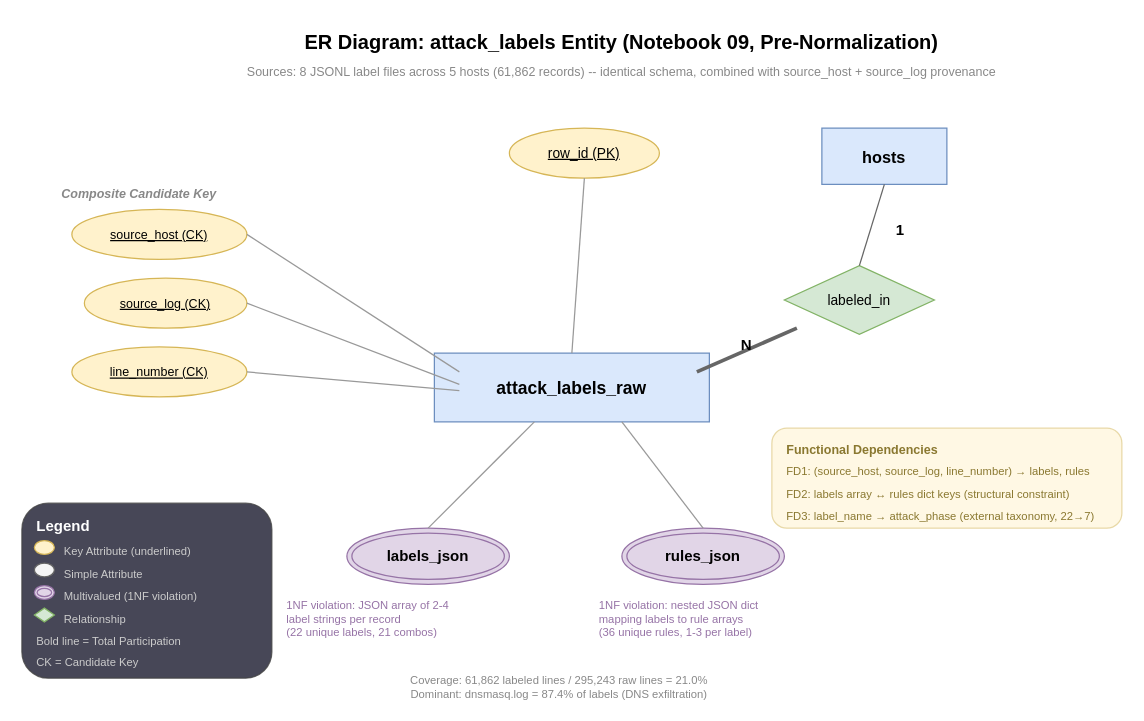
This is docs/er_diagrams/attack_labels_er_v1_raw.drawio.xml from NamanSudan/data-201-security-log-analysis, a draw.io file, before an edit. Source tidied: cells renumbered, new cells numbered last; positions are measured from the earlier drawing's top-left corner, leaving out a move shared by most shapes. Both pictures are drawn from the tidied source at 125%, with x=0, y=0 at pixel (21, 21).
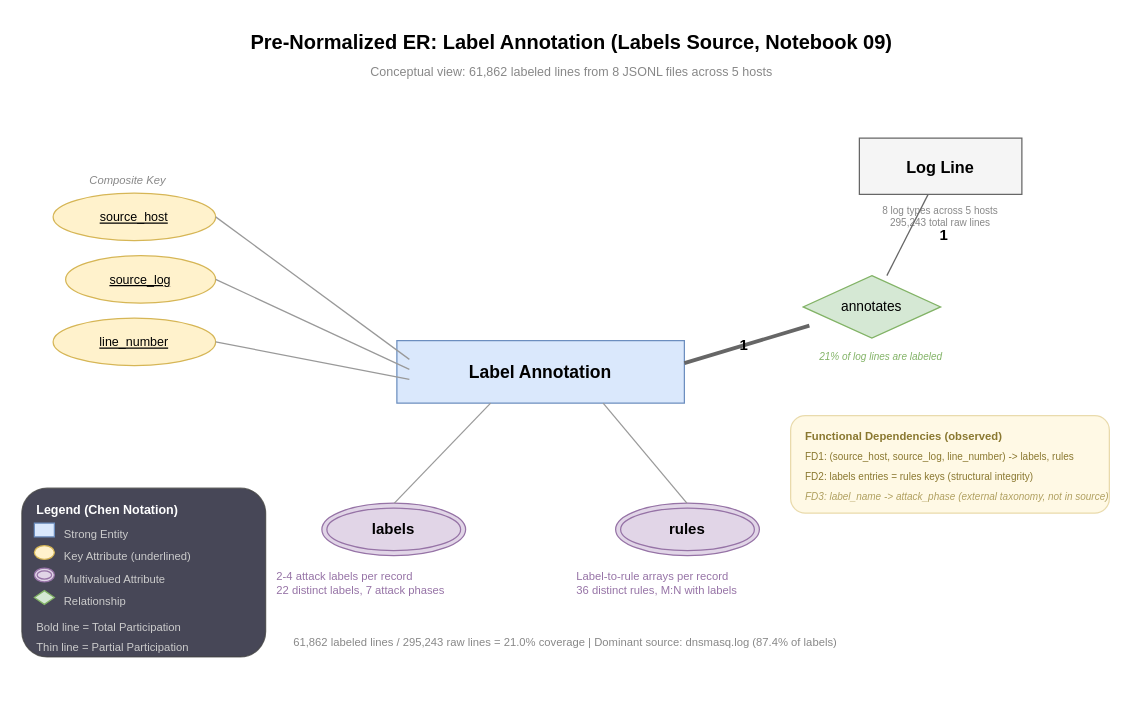
The same page after the edit.

Commit message (it also covers changes not shown here):
docs(er), DAT-51: add combined 3NF EER diagram and revise raw ER diagrams to conceptual notation

Diff of the diagram source:
```diff
@@
-    <mxCell id="2" value="ER Diagram: attack_labels Entity (Notebook 09, Pre-Normalization)" style="text;fontSize=16;fontStyle=1;align=center;" parent="1" vertex="1">
-      <mxGeometry x="130" width="700" height="30" as="geometry" />
+    <mxCell id="2" value="Pre-Normalized ER: Label Annotation (Labels Source, Notebook 09)" style="text;fontSize=16;fontStyle=1;align=center;" parent="1" vertex="1">
+      <mxGeometry x="100" width="680" height="30" as="geometry" />
     </mxCell>
-    <mxCell id="3" value="Sources: 8 JSONL label files across 5 hosts (61,862 records) -- identical schema, combined with source_host + source_log provenance" style="text;fontSize=10;align=center;fontColor=#888888;" parent="1" vertex="1">
-      <mxGeometry x="130" y="28" width="700" height="18" as="geometry" />
+    <mxCell id="3" value="Conceptual view: 61,862 labeled lines from 8 JSONL files across 5 hosts" style="text;fontSize=10;align=center;fontColor=#888888;" parent="1" vertex="1">
+      <mxGeometry x="100" y="28" width="680" height="18" as="geometry" />
     </mxCell>
-    <mxCell id="4" value="attack_labels_raw" style="shape=rectangle;whiteSpace=wrap;fillColor=#dae8fc;strokeColor=#6c8ebf;fontStyle=1;fontSize=14;align=center;verticalAlign=middle;" parent="1" vertex="1">
-      <mxGeometry x="330" y="265" width="220" height="55" as="geometry" />
+    <mxCell id="4" value="Label Annotation" style="shape=rectangle;whiteSpace=wrap;fillColor=#dae8fc;strokeColor=#6c8ebf;fontStyle=1;fontSize=14;align=center;verticalAlign=middle;" parent="1" vertex="1">
+      <mxGeometry x="300" y="255" width="230" height="50" as="geometry" />
     </mxCell>
-    <mxCell id="5" value="row_id (PK)" style="shape=ellipse;whiteSpace=wrap;fillColor=#fff2cc;strokeColor=#d6b656;fontStyle=4;fontSize=11;" parent="1" vertex="1">
-      <mxGeometry x="390" y="85" width="120" height="40" as="geometry" />
-    </mxCell>
-    <mxCell id="6" style="endArrow=none;strokeColor=#999999;" parent="1" edge="1">
-      <mxGeometry relative="1" as="geometry">
-        <mxPoint x="450" y="125" as="sourcePoint" />
-        <mxPoint x="440" y="265" as="targetPoint" />
-      </mxGeometry>
-    </mxCell>
-    <mxCell id="7" value="Composite Candidate Key" style="text;fontSize=10;fontStyle=3;fontColor=#888888;align=left;" parent="1" vertex="1">
-      <mxGeometry x="30" y="125" width="160" height="18" as="geometry" />
+    <mxCell id="7" value="Composite Key" style="text;fontSize=9;fontStyle=2;fontColor=#888888;align=center;" parent="1" vertex="1">
+      <mxGeometry x="35" y="115" width="100" height="16" as="geometry" />
     </mxCell>
-    <mxCell id="8" value="source_host (CK)" style="shape=ellipse;whiteSpace=wrap;fillColor=#fff2cc;strokeColor=#d6b656;fontStyle=4;fontSize=10;" parent="1" vertex="1">
-      <mxGeometry x="40" y="150" width="140" height="40" as="geometry" />
+    <mxCell id="8" value="source_host" style="shape=ellipse;whiteSpace=wrap;fillColor=#fff2cc;strokeColor=#d6b656;fontStyle=4;fontSize=10;" parent="1" vertex="1">
+      <mxGeometry x="25" y="137" width="130" height="38" as="geometry" />
     </mxCell>
-    <mxCell id="9" style="endArrow=none;strokeColor=#999999;" parent="1" edge="1">
-      <mxGeometry relative="1" as="geometry">
-        <mxPoint x="180" y="170" as="sourcePoint" />
-        <mxPoint x="350" y="280" as="targetPoint" />
-      </mxGeometry>
-    </mxCell>
+    <mxCell id="44" style="endArrow=none;strokeColor=#999999;" parent="1" edge="1">
+      <mxGeometry relative="1" as="geometry">
+        <mxPoint x="155" y="156" as="sourcePoint" />
+        <mxPoint x="310" y="270" as="targetPoint" />
+      </mxGeometry>
+    </mxCell>
-    <mxCell id="10" value="source_log (CK)" style="shape=ellipse;whiteSpace=wrap;fillColor=#fff2cc;strokeColor=#d6b656;fontStyle=4;fontSize=10;" parent="1" vertex="1">
-      <mxGeometry x="50" y="205" width="130" height="40" as="geometry" />
+    <mxCell id="10" value="source_log" style="shape=ellipse;whiteSpace=wrap;fillColor=#fff2cc;strokeColor=#d6b656;fontStyle=4;fontSize=10;" parent="1" vertex="1">
+      <mxGeometry x="35" y="187" width="120" height="38" as="geometry" />
     </mxCell>
-    <mxCell id="11" style="endArrow=none;strokeColor=#999999;" parent="1" edge="1">
-      <mxGeometry relative="1" as="geometry">
-        <mxPoint x="180" y="225" as="sourcePoint" />
-        <mxPoint x="350" y="290" as="targetPoint" />
-      </mxGeometry>
-    </mxCell>
+    <mxCell id="45" style="endArrow=none;strokeColor=#999999;" parent="1" edge="1">
+      <mxGeometry relative="1" as="geometry">
+        <mxPoint x="155" y="206" as="sourcePoint" />
+        <mxPoint x="310" y="278" as="targetPoint" />
+      </mxGeometry>
+    </mxCell>
-    <mxCell id="12" value="line_number (CK)" style="shape=ellipse;whiteSpace=wrap;fillColor=#fff2cc;strokeColor=#d6b656;fontStyle=4;fontSize=10;" parent="1" vertex="1">
-      <mxGeometry x="40" y="260" width="140" height="40" as="geometry" />
+    <mxCell id="12" value="line_number" style="shape=ellipse;whiteSpace=wrap;fillColor=#fff2cc;strokeColor=#d6b656;fontStyle=4;fontSize=10;" parent="1" vertex="1">
+      <mxGeometry x="25" y="237" width="130" height="38" as="geometry" />
     </mxCell>
-    <mxCell id="13" style="endArrow=none;strokeColor=#999999;" parent="1" edge="1">
-      <mxGeometry relative="1" as="geometry">
-        <mxPoint x="180" y="280" as="sourcePoint" />
-        <mxPoint x="350" y="295" as="targetPoint" />
-      </mxGeometry>
-    </mxCell>
-    <mxCell id="14" value="labels_json" style="shape=doubleEllipse;whiteSpace=wrap;fillColor=#e1d5e7;strokeColor=#9673a6;fontSize=12;fontStyle=1;" parent="1" vertex="1">
-      <mxGeometry x="260" y="405" width="130" height="45" as="geometry" />
-    </mxCell>
-    <mxCell id="15" style="endArrow=none;strokeColor=#999999;" parent="1" edge="1">
-      <mxGeometry relative="1" as="geometry">
-        <mxPoint x="325" y="405" as="sourcePoint" />
-        <mxPoint x="410" y="320" as="targetPoint" />
-      </mxGeometry>
-    </mxCell>
+    <mxCell id="46" style="endArrow=none;strokeColor=#999999;" parent="1" edge="1">
+      <mxGeometry relative="1" as="geometry">
+        <mxPoint x="155" y="256" as="sourcePoint" />
+        <mxPoint x="310" y="286" as="targetPoint" />
+      </mxGeometry>
+    </mxCell>
+    <mxCell id="47" value="labels" style="shape=doubleEllipse;whiteSpace=wrap;fillColor=#e1d5e7;strokeColor=#9673a6;fontSize=12;fontStyle=1;" parent="1" vertex="1">
+      <mxGeometry x="240" y="385" width="115" height="42" as="geometry" />
+    </mxCell>
+    <mxCell id="48" style="endArrow=none;strokeColor=#999999;" parent="1" edge="1">
+      <mxGeometry relative="1" as="geometry">
+        <mxPoint x="298" y="385" as="sourcePoint" />
+        <mxPoint x="375" y="305" as="targetPoint" />
+      </mxGeometry>
+    </mxCell>
-    <mxCell id="16" value="1NF violation: JSON array of 2-4&#10;label strings per record&#10;(22 unique labels, 21 combos)" style="text;fontSize=9;fontColor=#9673a6;align=left;" parent="1" vertex="1">
-      <mxGeometry x="210" y="455" width="200" height="40" as="geometry" />
+    <mxCell id="16" value="2-4 attack labels per record&#10;22 distinct labels, 7 attack phases" style="text;fontSize=9;fontColor=#9673a6;align=left;" parent="1" vertex="1">
+      <mxGeometry x="202" y="432" width="195" height="28" as="geometry" />
     </mxCell>
-    <mxCell id="17" value="rules_json" style="shape=doubleEllipse;whiteSpace=wrap;fillColor=#e1d5e7;strokeColor=#9673a6;fontSize=12;fontStyle=1;" parent="1" vertex="1">
-      <mxGeometry x="480" y="405" width="130" height="45" as="geometry" />
-    </mxCell>
-    <mxCell id="18" style="endArrow=none;strokeColor=#999999;" parent="1" edge="1">
-      <mxGeometry relative="1" as="geometry">
-        <mxPoint x="545" y="405" as="sourcePoint" />
-        <mxPoint x="480" y="320" as="targetPoint" />
-      </mxGeometry>
-    </mxCell>
+    <mxCell id="49" value="rules" style="shape=doubleEllipse;whiteSpace=wrap;fillColor=#e1d5e7;strokeColor=#9673a6;fontSize=12;fontStyle=1;" parent="1" vertex="1">
+      <mxGeometry x="475" y="385" width="115" height="42" as="geometry" />
+    </mxCell>
+    <mxCell id="50" style="endArrow=none;strokeColor=#999999;" parent="1" edge="1">
+      <mxGeometry relative="1" as="geometry">
+        <mxPoint x="532" y="385" as="sourcePoint" />
+        <mxPoint x="465" y="305" as="targetPoint" />
+      </mxGeometry>
+    </mxCell>
-    <mxCell id="19" value="1NF violation: nested JSON dict&#10;mapping labels to rule arrays&#10;(36 unique rules, 1-3 per label)" style="text;fontSize=9;fontColor=#9673a6;align=left;" parent="1" vertex="1">
-      <mxGeometry x="460" y="455" width="200" height="40" as="geometry" />
+    <mxCell id="19" value="Label-to-rule arrays per record&#10;36 distinct rules, M:N with labels" style="text;fontSize=9;fontColor=#9673a6;align=left;" parent="1" vertex="1">
+      <mxGeometry x="442" y="432" width="190" height="28" as="geometry" />
     </mxCell>
-    <mxCell id="20" value="hosts" style="shape=rectangle;whiteSpace=wrap;fillColor=#dae8fc;strokeColor=#6c8ebf;fontStyle=1;fontSize=13;align=center;verticalAlign=middle;" parent="1" vertex="1">
-      <mxGeometry x="640" y="85" width="100" height="45" as="geometry" />
-    </mxCell>
-    <mxCell id="21" value="labeled_in" style="shape=rhombus;whiteSpace=wrap;fillColor=#d5e8d4;strokeColor=#82b366;fontSize=11;" parent="1" vertex="1">
-      <mxGeometry x="610" y="195" width="120" height="55" as="geometry" />
-    </mxCell>
+    <mxCell id="51" value="Log Line" style="shape=rectangle;whiteSpace=wrap;fillColor=#f5f5f5;strokeColor=#666666;fontStyle=1;fontSize=13;align=center;verticalAlign=middle;" parent="1" vertex="1">
+      <mxGeometry x="670" y="93" width="130" height="45" as="geometry" />
+    </mxCell>
+    <mxCell id="52" value="8 log types across 5 hosts&#10;295,243 total raw lines" style="text;fontSize=8;fontColor=#888888;align=center;" parent="1" vertex="1">
+      <mxGeometry x="675" y="140" width="120" height="24" as="geometry" />
+    </mxCell>
+    <mxCell id="53" value="annotates" style="shape=rhombus;whiteSpace=wrap;fillColor=#d5e8d4;strokeColor=#82b366;fontSize=11;" parent="1" vertex="1">
+      <mxGeometry x="625" y="203" width="110" height="50" as="geometry" />
+    </mxCell>
     <mxCell id="22" style="endArrow=none;strokeColor=#666666;" parent="1" edge="1">
       <mxGeometry relative="1" as="geometry">
-        <mxPoint x="690" y="130" as="sourcePoint" />
-        <mxPoint x="670" y="195" as="targetPoint" />
+        <mxPoint x="725" y="138" as="sourcePoint" />
+        <mxPoint x="692" y="203" as="targetPoint" />
       </mxGeometry>
     </mxCell>
-    <mxCell id="23" value="1" style="text;fontSize=12;fontStyle=1;align=center;" parent="1" vertex="1">
-      <mxGeometry x="693" y="153" width="20" height="18" as="geometry" />
-    </mxCell>
+    <mxCell id="54" value="1" style="text;fontSize=12;fontStyle=1;align=center;" parent="1" vertex="1">
+      <mxGeometry x="728" y="157" width="20" height="18" as="geometry" />
+    </mxCell>
     <mxCell id="24" style="endArrow=none;strokeColor=#666666;strokeWidth=3;" parent="1" edge="1">
       <mxGeometry relative="1" as="geometry">
-        <mxPoint x="620" y="245" as="sourcePoint" />
-        <mxPoint x="540" y="280" as="targetPoint" />
+        <mxPoint x="630" y="243" as="sourcePoint" />
+        <mxPoint x="530" y="273" as="targetPoint" />
       </mxGeometry>
     </mxCell>
-    <mxCell id="25" value="N" style="text;fontSize=12;fontStyle=1;align=center;" parent="1" vertex="1">
-      <mxGeometry x="570" y="245" width="20" height="18" as="geometry" />
-    </mxCell>
+    <mxCell id="55" value="1" style="text;fontSize=12;fontStyle=1;align=center;" parent="1" vertex="1">
+      <mxGeometry x="568" y="245" width="20" height="18" as="geometry" />
+    </mxCell>
+    <mxCell id="56" value="21% of log lines are labeled" style="text;fontSize=8;fontStyle=2;fontColor=#82b366;align=center;" parent="1" vertex="1">
+      <mxGeometry x="605" y="257" width="165" height="14" as="geometry" />
+    </mxCell>
-    <mxCell id="26" style="rounded=1;fillColor=#fff8e1;strokeColor=#e6d5a0;opacity=90;" parent="1" vertex="1">
-      <mxGeometry x="600" y="325" width="280" height="80" as="geometry" />
+    <mxCell id="26" style="rounded=1;fillColor=#fff8e1;strokeColor=#e6d5a0;opacity=85;" parent="1" vertex="1">
+      <mxGeometry x="615" y="315" width="255" height="78" as="geometry" />
     </mxCell>
-    <mxCell id="27" value="Functional Dependencies" style="text;fontSize=10;fontStyle=1;align=left;fontColor=#8a7830;" parent="1" vertex="1">
-      <mxGeometry x="610" y="330" width="160" height="16" as="geometry" />
+    <mxCell id="27" value="Functional Dependencies (observed)" style="text;fontSize=9;fontStyle=1;align=left;fontColor=#8a7830;" parent="1" vertex="1">
+      <mxGeometry x="625" y="320" width="200" height="14" as="geometry" />
     </mxCell>
-    <mxCell id="28" value="FD1: (source_host, source_log, line_number) → labels, rules" style="text;fontSize=9;align=left;fontColor=#8a7830;" parent="1" vertex="1">
-      <mxGeometry x="610" y="348" width="260" height="16" as="geometry" />
+    <mxCell id="28" value="FD1: (source_host, source_log, line_number) -&gt; labels, rules" style="text;fontSize=8;align=left;fontColor=#8a7830;" parent="1" vertex="1">
+      <mxGeometry x="625" y="337" width="240" height="14" as="geometry" />
     </mxCell>
-    <mxCell id="29" value="FD2: labels array ↔ rules dict keys (structural constraint)" style="text;fontSize=9;align=left;fontColor=#8a7830;" parent="1" vertex="1">
-      <mxGeometry x="610" y="366" width="260" height="16" as="geometry" />
+    <mxCell id="29" value="FD2: labels entries = rules keys (structural integrity)" style="text;fontSize=8;align=left;fontColor=#8a7830;" parent="1" vertex="1">
+      <mxGeometry x="625" y="353" width="240" height="14" as="geometry" />
     </mxCell>
-    <mxCell id="30" value="FD3: label_name → attack_phase (external taxonomy, 22→7)" style="text;fontSize=9;align=left;fontColor=#8a7830;" parent="1" vertex="1">
-      <mxGeometry x="610" y="384" width="260" height="16" as="geometry" />
+    <mxCell id="30" value="FD3: label_name -&gt; attack_phase (external taxonomy, not in source)" style="text;fontSize=8;fontStyle=2;align=left;fontColor=#b0a060;" parent="1" vertex="1">
+      <mxGeometry x="625" y="369" width="240" height="14" as="geometry" />
     </mxCell>
-    <mxCell id="31" value="Coverage: 61,862 labeled lines / 295,243 raw lines = 21.0%&#10;Dominant: dnsmasq.log = 87.4% of labels (DNS exfiltration)" style="text;fontSize=9;fontColor=#888888;align=center;" parent="1" vertex="1">
-      <mxGeometry x="230" y="515" width="400" height="28" as="geometry" />
+    <mxCell id="31" value="61,862 labeled lines / 295,243 raw lines = 21.0% coverage | Dominant source: dnsmasq.log (87.4% of labels)" style="text;fontSize=9;fontColor=#888888;align=center;" parent="1" vertex="1">
+      <mxGeometry x="160" y="485" width="550" height="16" as="geometry" />
     </mxCell>
     <mxCell id="32" style="rounded=1;fillColor=#1a1a2e;strokeColor=#444444;opacity=80;" parent="1" vertex="1">
-      <mxGeometry y="385" width="200" height="140" as="geometry" />
+      <mxGeometry y="373" width="195" height="135" as="geometry" />
     </mxCell>
-    <mxCell id="33" value="Legend" style="text;fontSize=12;fontStyle=1;align=left;fontColor=#ffffff;" parent="1" vertex="1">
-      <mxGeometry x="10" y="390" width="60" height="18" as="geometry" />
+    <mxCell id="33" value="Legend (Chen Notation)" style="text;fontSize=10;fontStyle=1;align=left;fontColor=#ffffff;" parent="1" vertex="1">
+      <mxGeometry x="10" y="378" width="150" height="16" as="geometry" />
     </mxCell>
-    <mxCell id="34" style="shape=ellipse;fillColor=#fff2cc;strokeColor=#d6b656;" parent="1" vertex="1">
-      <mxGeometry x="10" y="415" width="16" height="11" as="geometry" />
+    <mxCell id="34" style="shape=rectangle;fillColor=#dae8fc;strokeColor=#6c8ebf;" parent="1" vertex="1">
+      <mxGeometry x="10" y="401" width="16" height="11" as="geometry" />
     </mxCell>
-    <mxCell id="35" value="Key Attribute (underlined)" style="text;fontSize=9;align=left;fontColor=#cccccc;" parent="1" vertex="1">
-      <mxGeometry x="32" y="412" width="140" height="16" as="geometry" />
+    <mxCell id="35" value="Strong Entity" style="text;fontSize=9;align=left;fontColor=#cccccc;" parent="1" vertex="1">
+      <mxGeometry x="32" y="398" width="100" height="16" as="geometry" />
     </mxCell>
-    <mxCell id="36" style="shape=ellipse;fillColor=#f5f5f5;strokeColor=#666666;" parent="1" vertex="1">
-      <mxGeometry x="10" y="433" width="16" height="11" as="geometry" />
+    <mxCell id="36" style="shape=ellipse;fillColor=#fff2cc;strokeColor=#d6b656;" parent="1" vertex="1">
+      <mxGeometry x="10" y="419" width="16" height="11" as="geometry" />
     </mxCell>
-    <mxCell id="37" value="Simple Attribute" style="text;fontSize=9;align=left;fontColor=#cccccc;" parent="1" vertex="1">
-      <mxGeometry x="32" y="430" width="100" height="16" as="geometry" />
+    <mxCell id="37" value="Key Attribute (underlined)" style="text;fontSize=9;align=left;fontColor=#cccccc;" parent="1" vertex="1">
+      <mxGeometry x="32" y="416" width="140" height="16" as="geometry" />
     </mxCell>
     <mxCell id="38" style="shape=doubleEllipse;fillColor=#e1d5e7;strokeColor=#9673a6;" parent="1" vertex="1">
-      <mxGeometry x="10" y="451" width="16" height="11" as="geometry" />
+      <mxGeometry x="10" y="437" width="16" height="11" as="geometry" />
     </mxCell>
-    <mxCell id="39" value="Multivalued (1NF violation)" style="text;fontSize=9;align=left;fontColor=#cccccc;" parent="1" vertex="1">
-      <mxGeometry x="32" y="448" width="140" height="16" as="geometry" />
+    <mxCell id="39" value="Multivalued Attribute" style="text;fontSize=9;align=left;fontColor=#cccccc;" parent="1" vertex="1">
+      <mxGeometry x="32" y="434" width="120" height="16" as="geometry" />
     </mxCell>
     <mxCell id="40" style="shape=rhombus;fillColor=#d5e8d4;strokeColor=#82b366;" parent="1" vertex="1">
-      <mxGeometry x="10" y="469" width="16" height="11" as="geometry" />
+      <mxGeometry x="10" y="455" width="16" height="11" as="geometry" />
     </mxCell>
     <mxCell id="41" value="Relationship" style="text;fontSize=9;align=left;fontColor=#cccccc;" parent="1" vertex="1">
-      <mxGeometry x="32" y="466" width="80" height="16" as="geometry" />
+      <mxGeometry x="32" y="452" width="80" height="16" as="geometry" />
     </mxCell>
     <mxCell id="42" value="Bold line = Total Participation" style="text;fontSize=9;align=left;fontColor=#cccccc;" parent="1" vertex="1">
-      <mxGeometry x="10" y="484" width="160" height="16" as="geometry" />
+      <mxGeometry x="10" y="473" width="160" height="16" as="geometry" />
     </mxCell>
-    <mxCell id="43" value="CK = Candidate Key" style="text;fontSize=9;align=left;fontColor=#cccccc;" parent="1" vertex="1">
-      <mxGeometry x="10" y="501" width="120" height="16" as="geometry" />
+    <mxCell id="43" value="Thin line = Partial Participation" style="text;fontSize=9;align=left;fontColor=#cccccc;" parent="1" vertex="1">
+      <mxGeometry x="10" y="489" width="170" height="16" as="geometry" />
     </mxCell>
```
